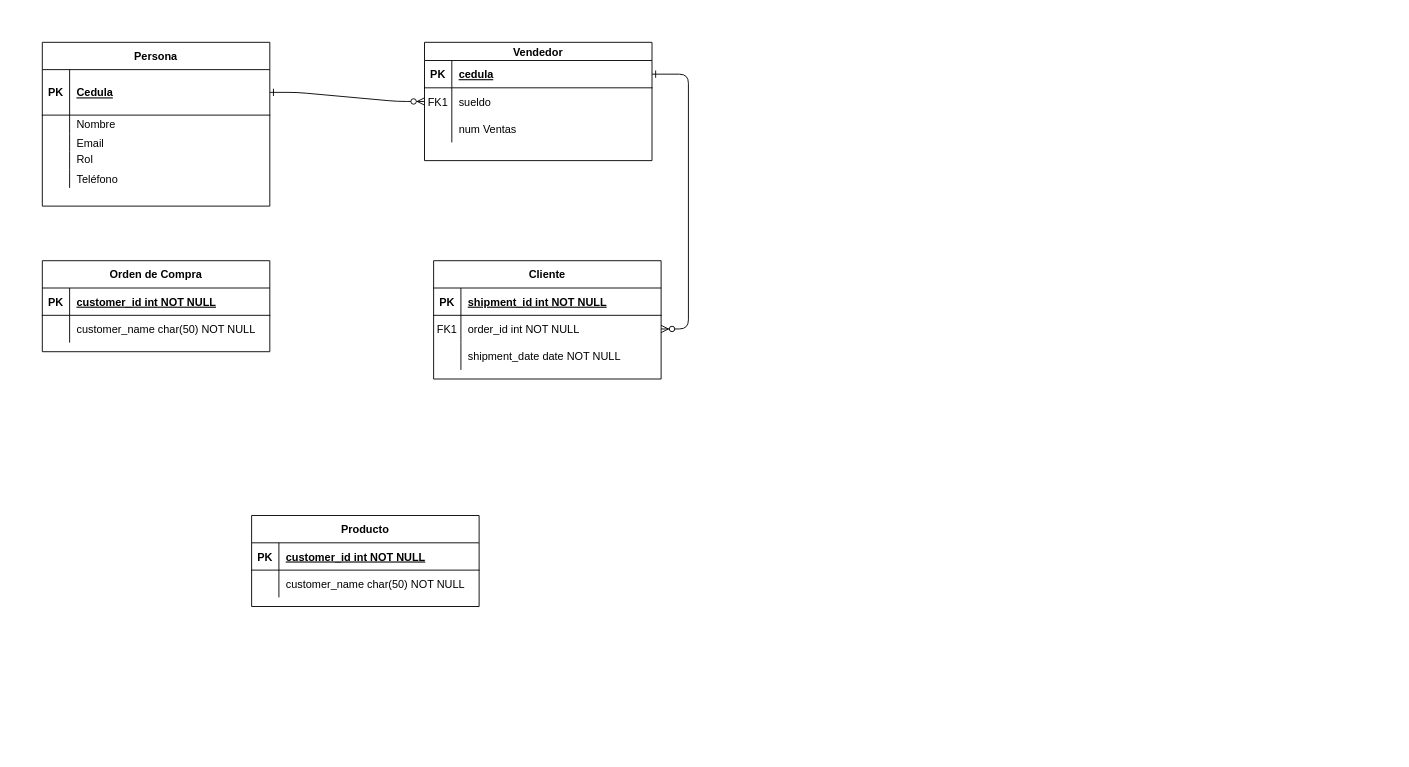
Before: ER.drawio in leonyudithk/Bakery-Shop, a draw.io diagram. Source tidied: cells renumbered, new cells numbered last; positions are measured from the earlier drawing's top-left corner, leaving out a move shared by most shapes. Both pictures are drawn from the tidied source at 91%, with x=0, y=0 at pixel (42, 42).
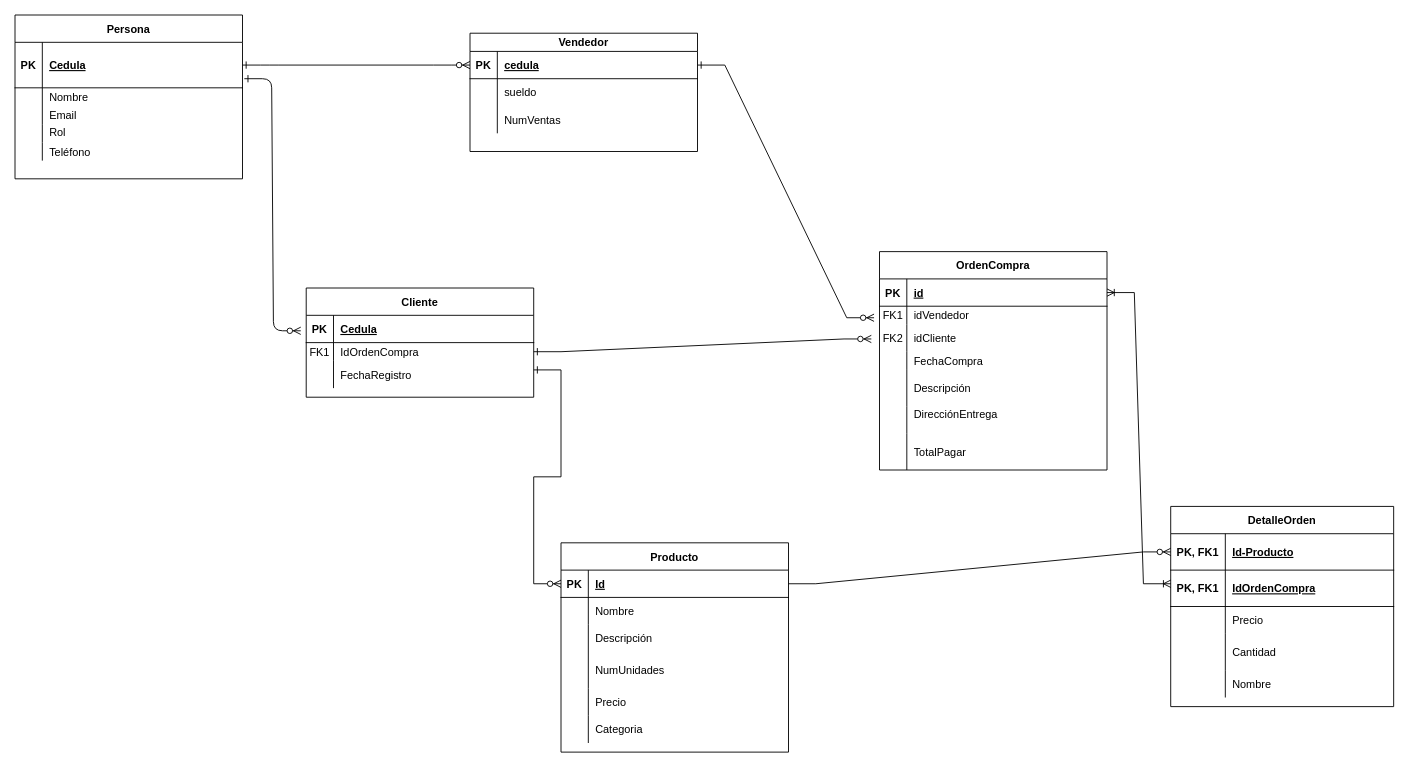
The same page after the edit.

Unchanged cells that the change refers to:
```xml
<mxCell id="5" style="shape=partialRectangle;fillColor=none;points=[[0,0.5],[1,0.5]];portConstraint=eastwest;top=0;left=0;right=0;bottom=1;" parent="4" vertex="1">
  <mxGeometry y="20" width="250" height="30" as="geometry" />
</mxCell>
<mxCell id="8" style="shape=partialRectangle;fillColor=none;points=[[0,0.5],[1,0.5]];portConstraint=eastwest;top=0;left=0;right=0;bottom=0;" parent="4" vertex="1">
  <mxGeometry y="50" width="250" height="30" as="geometry" />
</mxCell>
<mxCell id="11" style="shape=partialRectangle;fillColor=none;top=0;left=0;right=0;bottom=0;" parent="4" vertex="1">
  <mxGeometry y="80" width="250" height="30" as="geometry" />
</mxCell>
<mxCell id="15" style="shape=partialRectangle;fillColor=none;points=[[0,0.5],[1,0.5]];portConstraint=eastwest;top=0;left=0;right=0;bottom=1;" parent="14" vertex="1">
  <mxGeometry y="30" width="250" height="30" as="geometry" />
</mxCell>
<mxCell id="25" style="shape=partialRectangle;fillColor=none;points=[[0,0.5],[1,0.5]];portConstraint=eastwest;top=0;left=0;right=0;bottom=1;" parent="24" vertex="1">
  <mxGeometry y="30" width="250" height="50" as="geometry" />
</mxCell>
<mxCell id="41" style="shape=partialRectangle;fillColor=none;points=[[0,0.5],[1,0.5]];portConstraint=eastwest;top=0;left=0;right=0;bottom=1;" parent="40" vertex="1">
  <mxGeometry y="30" width="250" height="30" as="geometry" />
</mxCell>
<mxCell id="48" style="shape=partialRectangle;fillColor=none;points=[[0,0.5],[1,0.5]];portConstraint=eastwest;top=0;left=0;right=0;bottom=1;" parent="47" vertex="1">
  <mxGeometry y="30" width="250" height="30" as="geometry" />
</mxCell>
<mxCell id="51" style="shape=partialRectangle;fillColor=none;top=0;left=0;right=0;bottom=0;" parent="47" vertex="1">
  <mxGeometry y="60" width="250" height="30" as="geometry" />
</mxCell>
```

What changed in the source:
```diff
@@
-    <mxCell id="2" style="edgeStyle=entityRelationEdgeStyle;endArrow=ERzeroToMany;startArrow=ERone;endFill=1;startFill=0;" parent="1" edge="1" source="25" target="8">
+    <mxCell id="2" style="edgeStyle=entityRelationEdgeStyle;endArrow=ERzeroToMany;startArrow=ERone;endFill=1;startFill=0;entryX=0;entryY=0.5;entryDx=0;entryDy=0;" parent="1" edge="1" source="25" target="5">
       <mxGeometry relative="1" as="geometry" />
     </mxCell>
-    <mxCell id="3" style="edgeStyle=entityRelationEdgeStyle;endArrow=ERzeroToMany;startArrow=ERone;endFill=1;startFill=0;" parent="1" edge="1" source="5" target="18">
+    <mxCell id="3" style="edgeStyle=entityRelationEdgeStyle;endArrow=ERzeroToMany;startArrow=ERone;endFill=1;startFill=0;exitX=1.008;exitY=0.8;exitDx=0;exitDy=0;entryX=-0.024;entryY=0.567;entryDx=0;entryDy=0;entryPerimeter=0;exitPerimeter=0;" parent="1" edge="1" source="25" target="15">
       <mxGeometry relative="1" as="geometry" />
     </mxCell>
     <mxCell id="4" value="Vendedor" style="shape=table;startSize=20;childLayout=tableLayout;rowLines=0;fontStyle=1;align=center;" parent="1" vertex="1">
-      <mxGeometry x="420" width="250" height="130" as="geometry" />
+      <mxGeometry x="470" y="-10" width="250" height="130" as="geometry" />
     </mxCell>
@@
-    <mxCell id="9" value="FK1" style="shape=partialRectangle;overflow=hidden;fillColor=none;top=0;left=0;bottom=0;right=0;" parent="8" vertex="1">
+    <mxCell id="9" style="shape=partialRectangle;overflow=hidden;fillColor=none;top=0;left=0;bottom=0;right=0;" parent="8" vertex="1">
       <mxGeometry width="30" height="30" as="geometry" />
     </mxCell>
@@
-    <mxCell id="13" value="num Ventas" style="shape=partialRectangle;overflow=hidden;fillColor=none;top=0;left=0;bottom=0;right=0;align=left;spacingLeft=6;" parent="11" vertex="1">
+    <mxCell id="13" value="NumVentas" style="shape=partialRectangle;overflow=hidden;fillColor=none;top=0;left=0;bottom=0;right=0;align=left;spacingLeft=6;" parent="11" vertex="1">
       <mxGeometry x="30" width="220" height="30" as="geometry" />
     </mxCell>
     <mxCell id="14" value="Cliente" style="shape=table;startSize=30;childLayout=tableLayout;rowLines=0;fontStyle=1;align=center;" parent="1" vertex="1">
-      <mxGeometry x="430" y="240" width="250" height="130" as="geometry" />
+      <mxGeometry x="290" y="270" width="250" height="120" as="geometry" />
     </mxCell>
@@
-    <mxCell id="17" value="shipment_id int NOT NULL " style="shape=partialRectangle;overflow=hidden;fillColor=none;top=0;left=0;bottom=0;right=0;align=left;spacingLeft=6;fontStyle=5;" parent="15" vertex="1">
+    <mxCell id="17" value="Cedula" style="shape=partialRectangle;overflow=hidden;fillColor=none;top=0;left=0;bottom=0;right=0;align=left;spacingLeft=6;fontStyle=5;" parent="15" vertex="1">
       <mxGeometry x="30" width="220" height="30" as="geometry" />
     </mxCell>
     <mxCell id="18" style="shape=partialRectangle;fillColor=none;points=[[0,0.5],[1,0.5]];portConstraint=eastwest;top=0;left=0;right=0;bottom=0;" parent="14" vertex="1">
-      <mxGeometry y="60" width="250" height="30" as="geometry" />
+      <mxGeometry y="60" width="250" height="20" as="geometry" />
     </mxCell>
     <mxCell id="19" value="FK1" style="shape=partialRectangle;overflow=hidden;fillColor=none;top=0;left=0;bottom=0;right=0;" parent="18" vertex="1">
-      <mxGeometry width="30" height="30" as="geometry" />
+      <mxGeometry width="30" height="20" as="geometry" />
     </mxCell>
-    <mxCell id="20" value="order_id int NOT NULL" style="shape=partialRectangle;overflow=hidden;fillColor=none;top=0;left=0;bottom=0;right=0;align=left;spacingLeft=6;" parent="18" vertex="1">
-      <mxGeometry x="30" width="220" height="30" as="geometry" />
+    <mxCell id="20" value="IdOrdenCompra" style="shape=partialRectangle;overflow=hidden;fillColor=none;top=0;left=0;bottom=0;right=0;align=left;spacingLeft=6;" parent="18" vertex="1">
+      <mxGeometry x="30" width="220" height="20" as="geometry" />
     </mxCell>
     <mxCell id="21" style="shape=partialRectangle;fillColor=none;top=0;left=0;right=0;bottom=0;" parent="14" vertex="1">
-      <mxGeometry y="90" width="250" height="30" as="geometry" />
+      <mxGeometry y="80" width="250" height="30" as="geometry" />
     </mxCell>
@@
-    <mxCell id="23" value="shipment_date date NOT NULL" style="shape=partialRectangle;overflow=hidden;fillColor=none;top=0;left=0;bottom=0;right=0;align=left;spacingLeft=6;" parent="21" vertex="1">
+    <mxCell id="23" value="FechaRegistro" style="shape=partialRectangle;overflow=hidden;fillColor=none;top=0;left=0;bottom=0;right=0;align=left;spacingLeft=6;" parent="21" vertex="1">
       <mxGeometry x="30" width="220" height="30" as="geometry" />
     </mxCell>
     <mxCell id="24" value="Persona" style="shape=table;startSize=30;childLayout=tableLayout;rowLines=0;fontStyle=1;align=center;" parent="1" vertex="1">
-      <mxGeometry width="250" height="180" as="geometry" />
+      <mxGeometry x="-30" y="-30" width="250" height="180" as="geometry" />
     </mxCell>
@@
-    <mxCell id="40" value="Orden de Compra" style="shape=table;startSize=30;childLayout=tableLayout;rowLines=0;fontStyle=1;align=center;" parent="1" vertex="1">
-      <mxGeometry y="240" width="250" height="100" as="geometry" />
+    <mxCell id="40" value="OrdenCompra" style="shape=table;startSize=30;childLayout=tableLayout;rowLines=0;fontStyle=1;align=center;" parent="1" vertex="1">
+      <mxGeometry x="920" y="230" width="250" height="240" as="geometry" />
     </mxCell>
@@
-    <mxCell id="43" value="customer_id int NOT NULL " style="shape=partialRectangle;overflow=hidden;fillColor=none;top=0;left=0;bottom=0;right=0;align=left;spacingLeft=6;fontStyle=5;" parent="41" vertex="1">
+    <mxCell id="43" value="id" style="shape=partialRectangle;overflow=hidden;fillColor=none;top=0;left=0;bottom=0;right=0;align=left;spacingLeft=6;fontStyle=5;" parent="41" vertex="1">
       <mxGeometry x="30" width="220" height="30" as="geometry" />
     </mxCell>
     <mxCell id="44" style="shape=partialRectangle;fillColor=none;points=[[0,0.5],[1,0.5]];portConstraint=eastwest;top=0;left=0;right=0;bottom=0;" parent="40" vertex="1">
-      <mxGeometry y="60" width="250" height="30" as="geometry" />
+      <mxGeometry y="60" width="250" height="20" as="geometry" />
     </mxCell>
-    <mxCell id="45" style="shape=partialRectangle;overflow=hidden;fillColor=none;top=0;left=0;bottom=0;right=0;" parent="44" vertex="1">
-      <mxGeometry width="30" height="30" as="geometry" />
+    <mxCell id="45" value="FK1" style="shape=partialRectangle;overflow=hidden;fillColor=none;top=0;left=0;bottom=0;right=0;" parent="44" vertex="1">
+      <mxGeometry width="30" height="20" as="geometry" />
     </mxCell>
-    <mxCell id="46" value="customer_name char(50) NOT NULL" style="shape=partialRectangle;overflow=hidden;fillColor=none;top=0;left=0;bottom=0;right=0;align=left;spacingLeft=6;" parent="44" vertex="1">
-      <mxGeometry x="30" width="220" height="30" as="geometry" />
+    <mxCell id="46" value="idVendedor" style="shape=partialRectangle;overflow=hidden;fillColor=none;top=0;left=0;bottom=0;right=0;align=left;spacingLeft=6;" parent="44" vertex="1">
+      <mxGeometry x="30" width="220" height="20" as="geometry" />
     </mxCell>
+    <mxCell id="54" style="shape=partialRectangle;fillColor=none;points=[[0,0.5],[1,0.5]];portConstraint=eastwest;top=0;left=0;right=0;bottom=0;" parent="40" vertex="1">
+      <mxGeometry y="80" width="250" height="30" as="geometry" />
+    </mxCell>
+    <mxCell id="55" value="FK2" style="shape=partialRectangle;overflow=hidden;fillColor=none;top=0;left=0;bottom=0;right=0;" parent="54" vertex="1">
+      <mxGeometry width="30" height="30" as="geometry" />
+    </mxCell>
+    <mxCell id="56" value="idCliente" style="shape=partialRectangle;overflow=hidden;fillColor=none;top=0;left=0;bottom=0;right=0;align=left;spacingLeft=6;" parent="54" vertex="1">
+      <mxGeometry x="30" width="220" height="30" as="geometry" />
+    </mxCell>
+    <mxCell id="57" style="shape=partialRectangle;fillColor=none;top=0;left=0;right=0;bottom=0;" parent="40" vertex="1">
+      <mxGeometry y="110" width="250" height="20" as="geometry" />
+    </mxCell>
+    <mxCell id="58" style="shape=partialRectangle;overflow=hidden;fillColor=none;top=0;left=0;bottom=0;right=0;" parent="57" vertex="1">
+      <mxGeometry width="30" height="20" as="geometry" />
+    </mxCell>
+    <mxCell id="59" value="FechaCompra" style="shape=partialRectangle;overflow=hidden;fillColor=none;top=0;left=0;bottom=0;right=0;align=left;spacingLeft=6;" parent="57" vertex="1">
+      <mxGeometry x="30" width="220" height="20" as="geometry" />
+    </mxCell>
+    <mxCell id="60" style="shape=partialRectangle;fillColor=none;top=0;left=0;right=0;bottom=0;" parent="40" vertex="1">
+      <mxGeometry y="130" width="250" height="40" as="geometry" />
+    </mxCell>
+    <mxCell id="61" style="shape=partialRectangle;overflow=hidden;fillColor=none;top=0;left=0;bottom=0;right=0;" parent="60" vertex="1">
+      <mxGeometry width="30" height="40" as="geometry" />
+    </mxCell>
+    <mxCell id="62" value="Descripción" style="shape=partialRectangle;overflow=hidden;fillColor=none;top=0;left=0;bottom=0;right=0;align=left;spacingLeft=6;" parent="60" vertex="1">
+      <mxGeometry x="30" width="220" height="40" as="geometry" />
+    </mxCell>
+    <mxCell id="63" style="shape=partialRectangle;fillColor=none;top=0;left=0;right=0;bottom=0;" parent="40" vertex="1">
+      <mxGeometry y="170" width="250" height="30" as="geometry" />
+    </mxCell>
+    <mxCell id="64" style="shape=partialRectangle;overflow=hidden;fillColor=none;top=0;left=0;bottom=0;right=0;" parent="63" vertex="1">
+      <mxGeometry width="30" height="30" as="geometry" />
+    </mxCell>
+    <mxCell id="65" value="DirecciónEntrega&#10;" style="shape=partialRectangle;overflow=hidden;fillColor=none;top=0;left=0;bottom=0;right=0;align=left;spacingLeft=6;" parent="63" vertex="1">
+      <mxGeometry x="30" width="220" height="30" as="geometry" />
+    </mxCell>
+    <mxCell id="66" style="shape=partialRectangle;fillColor=none;top=0;left=0;right=0;bottom=0;" parent="40" vertex="1">
+      <mxGeometry y="200" width="250" height="40" as="geometry" />
+    </mxCell>
+    <mxCell id="67" style="shape=partialRectangle;overflow=hidden;fillColor=none;top=0;left=0;bottom=0;right=0;" parent="66" vertex="1">
+      <mxGeometry width="30" height="40" as="geometry" />
+    </mxCell>
+    <mxCell id="68" value="TotalPagar" style="shape=partialRectangle;overflow=hidden;fillColor=none;top=0;left=0;bottom=0;right=0;align=left;spacingLeft=6;" parent="66" vertex="1">
+      <mxGeometry x="30" width="220" height="40" as="geometry" />
+    </mxCell>
     <mxCell id="47" value="Producto" style="shape=table;startSize=30;childLayout=tableLayout;rowLines=0;fontStyle=1;align=center;" parent="1" vertex="1">
-      <mxGeometry x="230" y="520" width="250" height="100" as="geometry" />
+      <mxGeometry x="570" y="550" width="250" height="230" as="geometry" />
     </mxCell>
@@
-    <mxCell id="50" value="customer_id int NOT NULL " style="shape=partialRectangle;overflow=hidden;fillColor=none;top=0;left=0;bottom=0;right=0;align=left;spacingLeft=6;fontStyle=5;" parent="48" vertex="1">
+    <mxCell id="50" value="Id" style="shape=partialRectangle;overflow=hidden;fillColor=none;top=0;left=0;bottom=0;right=0;align=left;spacingLeft=6;fontStyle=5;" parent="48" vertex="1">
       <mxGeometry x="30" width="220" height="30" as="geometry" />
     </mxCell>
@@
-    <mxCell id="53" value="customer_name char(50) NOT NULL" style="shape=partialRectangle;overflow=hidden;fillColor=none;top=0;left=0;bottom=0;right=0;align=left;spacingLeft=6;" parent="51" vertex="1">
+    <mxCell id="53" value="Nombre" style="shape=partialRectangle;overflow=hidden;fillColor=none;top=0;left=0;bottom=0;right=0;align=left;spacingLeft=6;" parent="51" vertex="1">
       <mxGeometry x="30" width="220" height="30" as="geometry" />
     </mxCell>
+    <mxCell id="69" style="shape=partialRectangle;fillColor=none;top=0;left=0;right=0;bottom=0;" parent="47" vertex="1">
+      <mxGeometry y="90" width="250" height="30" as="geometry" />
+    </mxCell>
+    <mxCell id="70" style="shape=partialRectangle;overflow=hidden;fillColor=none;top=0;left=0;bottom=0;right=0;" parent="69" vertex="1">
+      <mxGeometry width="30" height="30" as="geometry" />
+    </mxCell>
+    <mxCell id="71" value="Descripción" style="shape=partialRectangle;overflow=hidden;fillColor=none;top=0;left=0;bottom=0;right=0;align=left;spacingLeft=6;" parent="69" vertex="1">
+      <mxGeometry x="30" width="220" height="30" as="geometry" />
+    </mxCell>
+    <mxCell id="72" style="shape=partialRectangle;fillColor=none;top=0;left=0;right=0;bottom=0;" parent="47" vertex="1">
+      <mxGeometry y="120" width="250" height="40" as="geometry" />
+    </mxCell>
+    <mxCell id="73" style="shape=partialRectangle;overflow=hidden;fillColor=none;top=0;left=0;bottom=0;right=0;" parent="72" vertex="1">
+      <mxGeometry width="30" height="40" as="geometry" />
+    </mxCell>
+    <mxCell id="74" value="NumUnidades" style="shape=partialRectangle;overflow=hidden;fillColor=none;top=0;left=0;bottom=0;right=0;align=left;spacingLeft=6;" parent="72" vertex="1">
+      <mxGeometry x="30" width="220" height="40" as="geometry" />
+    </mxCell>
+    <mxCell id="75" style="shape=partialRectangle;fillColor=none;top=0;left=0;right=0;bottom=0;" parent="47" vertex="1">
+      <mxGeometry y="160" width="250" height="30" as="geometry" />
+    </mxCell>
+    <mxCell id="76" style="shape=partialRectangle;overflow=hidden;fillColor=none;top=0;left=0;bottom=0;right=0;" parent="75" vertex="1">
+      <mxGeometry width="30" height="30" as="geometry" />
+    </mxCell>
+    <mxCell id="77" value="Precio" style="shape=partialRectangle;overflow=hidden;fillColor=none;top=0;left=0;bottom=0;right=0;align=left;spacingLeft=6;" parent="75" vertex="1">
+      <mxGeometry x="30" width="220" height="30" as="geometry" />
+    </mxCell>
+    <mxCell id="78" style="shape=partialRectangle;fillColor=none;top=0;left=0;right=0;bottom=0;" parent="47" vertex="1">
+      <mxGeometry y="190" width="250" height="30" as="geometry" />
+    </mxCell>
+    <mxCell id="79" style="shape=partialRectangle;overflow=hidden;fillColor=none;top=0;left=0;bottom=0;right=0;" parent="78" vertex="1">
+      <mxGeometry width="30" height="30" as="geometry" />
+    </mxCell>
+    <mxCell id="80" value="Categoria" style="shape=partialRectangle;overflow=hidden;fillColor=none;top=0;left=0;bottom=0;right=0;align=left;spacingLeft=6;" parent="78" vertex="1">
+      <mxGeometry x="30" width="220" height="30" as="geometry" />
+    </mxCell>
+    <mxCell id="81" style="edgeStyle=entityRelationEdgeStyle;fontSize=12;html=1;endArrow=ERzeroToMany;endFill=1;rounded=0;entryX=-0.024;entryY=0.633;entryDx=0;entryDy=0;entryPerimeter=0;startArrow=ERone;startFill=0;" parent="1" edge="1" source="5" target="44">
+      <mxGeometry relative="1" as="geometry" />
+    </mxCell>
+    <mxCell id="82" style="edgeStyle=entityRelationEdgeStyle;fontSize=12;html=1;endArrow=ERzeroToMany;endFill=1;rounded=0;entryX=-0.036;entryY=0.533;entryDx=0;entryDy=0;entryPerimeter=0;exitX=1;exitY=0.5;exitDx=0;exitDy=0;startArrow=ERone;startFill=0;" parent="1" edge="1" source="18" target="54">
+      <mxGeometry relative="1" as="geometry" />
+    </mxCell>
+    <mxCell id="83" style="edgeStyle=entityRelationEdgeStyle;fontSize=12;html=1;endArrow=ERzeroToMany;endFill=1;rounded=0;entryX=0;entryY=0.5;entryDx=0;entryDy=0;exitX=1;exitY=0.75;exitDx=0;exitDy=0;startArrow=ERone;startFill=0;" parent="1" edge="1" source="14" target="48">
+      <mxGeometry relative="1" as="geometry" />
+    </mxCell>
+    <mxCell id="84" value="DetalleOrden" style="shape=table;startSize=30;childLayout=tableLayout;rowLines=0;fontStyle=1;align=center;" parent="1" vertex="1">
+      <mxGeometry x="1240" y="510" width="245" height="220" as="geometry" />
+    </mxCell>
+    <mxCell id="85" style="shape=partialRectangle;fillColor=none;points=[[0,0.5],[1,0.5]];portConstraint=eastwest;top=0;left=0;right=0;bottom=1;" parent="84" vertex="1">
+      <mxGeometry y="30" width="245" height="40" as="geometry" />
+    </mxCell>
+    <mxCell id="86" value="PK, FK1" style="shape=partialRectangle;overflow=hidden;fillColor=none;top=0;left=0;bottom=0;right=0;fontStyle=1;" parent="85" vertex="1">
+      <mxGeometry width="60" height="40" as="geometry" />
+    </mxCell>
+    <mxCell id="87" value="Id-Producto" style="shape=partialRectangle;overflow=hidden;fillColor=none;top=0;left=0;bottom=0;right=0;align=left;spacingLeft=6;fontStyle=5;" parent="85" vertex="1">
+      <mxGeometry x="60" width="185" height="40" as="geometry" />
+    </mxCell>
+    <mxCell id="88" style="shape=partialRectangle;fillColor=none;top=0;left=0;right=0;bottom=1;" parent="84" vertex="1">
+      <mxGeometry y="70" width="245" height="40" as="geometry" />
+    </mxCell>
+    <mxCell id="89" value="PK, FK1" style="shape=partialRectangle;overflow=hidden;fillColor=none;top=0;left=0;bottom=0;right=0;fontStyle=1;" parent="88" vertex="1">
+      <mxGeometry width="60" height="40" as="geometry" />
+    </mxCell>
+    <mxCell id="90" value="IdOrdenCompra" style="shape=partialRectangle;overflow=hidden;fillColor=none;top=0;left=0;bottom=0;right=0;align=left;spacingLeft=6;fontStyle=5;" parent="88" vertex="1">
+      <mxGeometry x="60" width="185" height="40" as="geometry" />
+    </mxCell>
+    <mxCell id="91" style="shape=partialRectangle;fillColor=none;top=0;left=0;right=0;bottom=0;" parent="84" vertex="1">
+      <mxGeometry y="110" width="245" height="30" as="geometry" />
+    </mxCell>
+    <mxCell id="92" style="shape=partialRectangle;overflow=hidden;fillColor=none;top=0;left=0;bottom=0;right=0;" parent="91" vertex="1">
+      <mxGeometry width="60" height="30" as="geometry" />
+    </mxCell>
+    <mxCell id="93" value="Precio" style="shape=partialRectangle;overflow=hidden;fillColor=none;top=0;left=0;bottom=0;right=0;align=left;spacingLeft=6;" parent="91" vertex="1">
+      <mxGeometry x="60" width="185" height="30" as="geometry" />
+    </mxCell>
+    <mxCell id="94" style="shape=partialRectangle;fillColor=none;top=0;left=0;right=0;bottom=0;" parent="84" vertex="1">
+      <mxGeometry y="140" width="245" height="40" as="geometry" />
+    </mxCell>
+    <mxCell id="95" style="shape=partialRectangle;overflow=hidden;fillColor=none;top=0;left=0;bottom=0;right=0;" parent="94" vertex="1">
+      <mxGeometry width="60" height="40" as="geometry" />
+    </mxCell>
+    <mxCell id="96" value="Cantidad" style="shape=partialRectangle;overflow=hidden;fillColor=none;top=0;left=0;bottom=0;right=0;align=left;spacingLeft=6;" parent="94" vertex="1">
+      <mxGeometry x="60" width="185" height="40" as="geometry" />
+    </mxCell>
+    <mxCell id="97" style="shape=partialRectangle;fillColor=none;top=0;left=0;right=0;bottom=0;" parent="84" vertex="1">
+      <mxGeometry y="180" width="245" height="30" as="geometry" />
+    </mxCell>
+    <mxCell id="98" style="shape=partialRectangle;overflow=hidden;fillColor=none;top=0;left=0;bottom=0;right=0;" parent="97" vertex="1">
+      <mxGeometry width="60" height="30" as="geometry" />
+    </mxCell>
+    <mxCell id="99" value="Nombre" style="shape=partialRectangle;overflow=hidden;fillColor=none;top=0;left=0;bottom=0;right=0;align=left;spacingLeft=6;" parent="97" vertex="1">
+      <mxGeometry x="60" width="185" height="30" as="geometry" />
+    </mxCell>
+    <mxCell id="100" style="edgeStyle=entityRelationEdgeStyle;fontSize=12;html=1;endArrow=ERzeroToMany;endFill=1;rounded=0;exitX=1;exitY=0.5;exitDx=0;exitDy=0;entryX=0;entryY=0.5;entryDx=0;entryDy=0;" parent="1" edge="1" source="48" target="85">
+      <mxGeometry relative="1" as="geometry" />
+    </mxCell>
+    <mxCell id="101" style="edgeStyle=entityRelationEdgeStyle;fontSize=12;html=1;endArrow=ERoneToMany;startArrow=ERoneToMany;rounded=0;exitX=1;exitY=0.5;exitDx=0;exitDy=0;entryX=0;entryY=0.5;entryDx=0;entryDy=0;" parent="1" edge="1" source="41">
+      <mxGeometry relative="1" as="geometry">
+        <mxPoint x="1240" y="595" as="targetPoint" />
+      </mxGeometry>
+    </mxCell>
```
